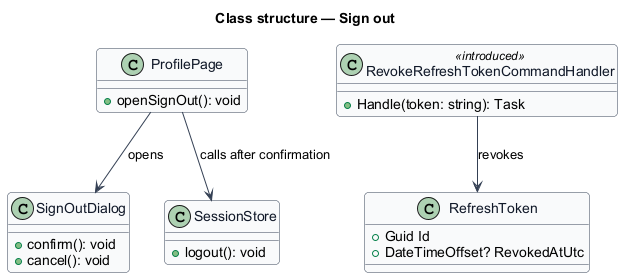
Earlier version of the PlantUML export docs/detailed-designs/identity-and-access/sign-out/diagrams/class-structure.png (QuinntyneBrown/saturdaze).
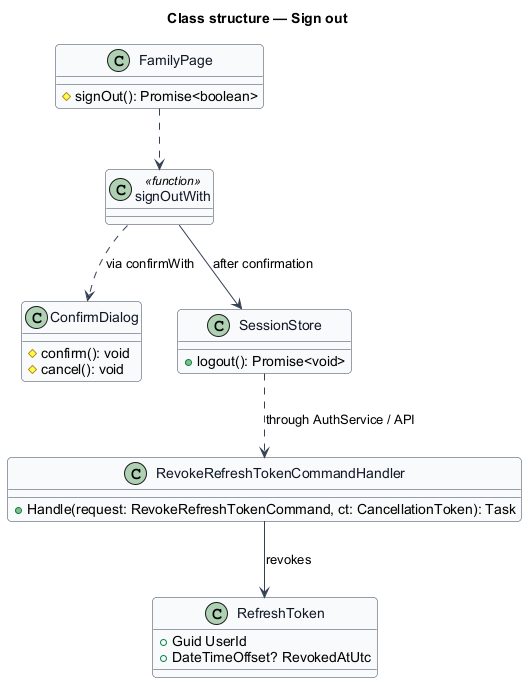
Later version of the same file.

Change to the diagram source:
```diff
@@ -11,24 +11,27 @@
 }
 title Class structure — Sign out
 
-class ProfilePage {
-  +openSignOut(): void
+class FamilyPage {
+  #signOut(): Promise<boolean>
 }
-class SignOutDialog {
-  +confirm(): void
-  +cancel(): void
+class signOutWith <<function>>
+class ConfirmDialog {
+  #confirm(): void
+  #cancel(): void
 }
 class SessionStore {
-  +logout(): void
+  +logout(): Promise<void>
 }
-class RevokeRefreshTokenCommandHandler <<introduced>> {
-  +Handle(token: string): Task
+class RevokeRefreshTokenCommandHandler {
+  +Handle(request: RevokeRefreshTokenCommand, ct: CancellationToken): Task
 }
 class RefreshToken {
-  +Guid Id
+  +Guid UserId
   +DateTimeOffset? RevokedAtUtc
 }
-ProfilePage --> SignOutDialog : opens
-ProfilePage --> SessionStore : calls after confirmation
+FamilyPage ..> signOutWith
+signOutWith ..> ConfirmDialog : via confirmWith
+signOutWith --> SessionStore : after confirmation
+SessionStore ..> RevokeRefreshTokenCommandHandler : through AuthService / API
 RevokeRefreshTokenCommandHandler --> RefreshToken : revokes
 @enduml
```
